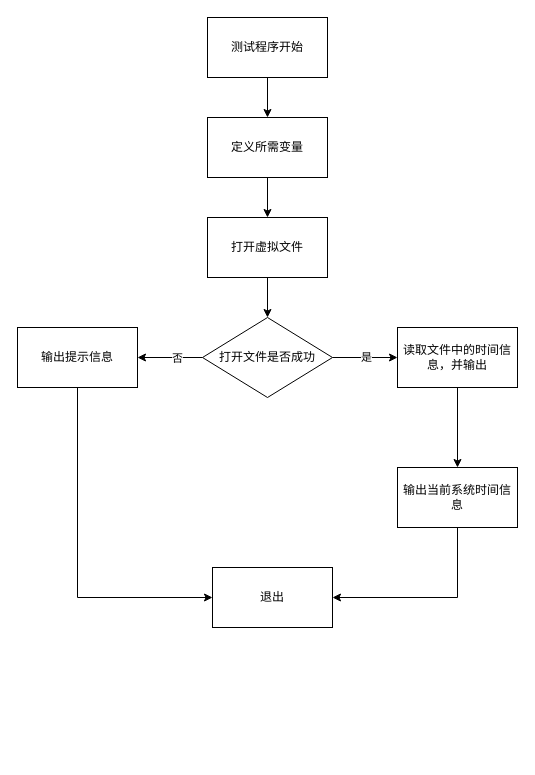
The draw.io diagram linux_exp/exp3.drawio in Invariant64/draw.io, before the edit. Source tidied: cells renumbered, new cells numbered last; positions are measured from the earlier drawing's top-left corner, leaving out a move shared by most shapes. Both pictures are drawn from the tidied source at 100%, with x=0, y=0 at pixel (17, 17).
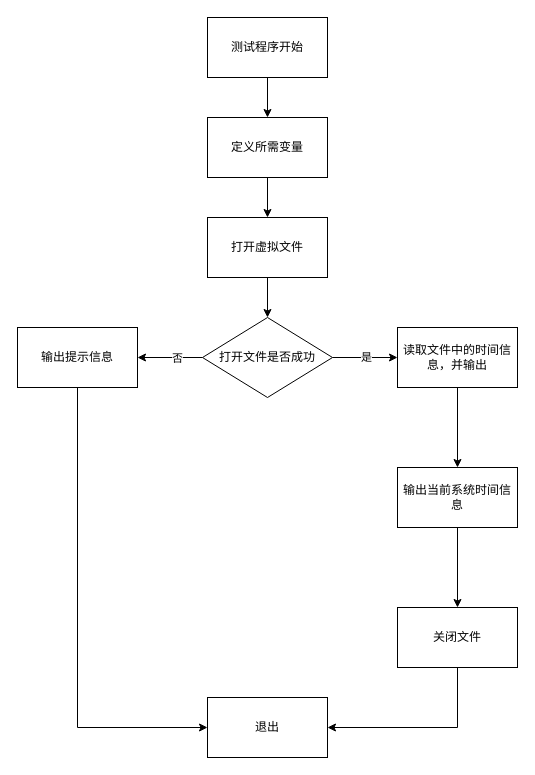
After the change.

Unchanged cells that the change refers to:
```xml
<mxCell id="16" value="输出提示信息" style="whiteSpace=wrap;html=1;rounded=0;" parent="1" vertex="1">
  <mxGeometry y="310" width="120" height="60" as="geometry" />
</mxCell>
<mxCell id="19" value="输出当前系统时间信息" style="whiteSpace=wrap;html=1;rounded=0;" parent="1" vertex="1">
  <mxGeometry x="380" y="450" width="120" height="60" as="geometry" />
</mxCell>
```

Diff of the diagram source:
```diff
@@
     <mxCell id="15" style="edgeStyle=orthogonalEdgeStyle;rounded=0;jettySize=auto;html=1;entryX=0;entryY=0.5;entryDx=0;entryDy=0;" parent="1" edge="1" source="16" target="17">
       <mxGeometry relative="1" as="geometry">
         <Array as="points">
-          <mxPoint x="60" y="580" />
+          <mxPoint x="60" y="710" />
         </Array>
       </mxGeometry>
     </mxCell>
@@
     <mxCell id="17" value="退出" style="whiteSpace=wrap;html=1;rounded=0;" parent="1" vertex="1">
-      <mxGeometry x="195" y="550" width="120" height="60" as="geometry" />
+      <mxGeometry x="190" y="680" width="120" height="60" as="geometry" />
     </mxCell>
-    <mxCell id="18" style="edgeStyle=orthogonalEdgeStyle;rounded=0;jettySize=auto;html=1;entryX=1;entryY=0.5;entryDx=0;entryDy=0;exitX=0.5;exitY=1;exitDx=0;exitDy=0;" parent="1" edge="1" source="19" target="17">
-      <mxGeometry relative="1" as="geometry" />
-    </mxCell>
+    <mxCell id="20" style="edgeStyle=orthogonalEdgeStyle;rounded=0;jettySize=auto;html=1;" parent="1" edge="1" source="19" target="22">
+      <mxGeometry relative="1" as="geometry" />
+    </mxCell>
@@
+    <mxCell id="21" style="edgeStyle=orthogonalEdgeStyle;rounded=0;jettySize=auto;html=1;entryX=1;entryY=0.5;entryDx=0;entryDy=0;exitX=0.5;exitY=1;exitDx=0;exitDy=0;" parent="1" edge="1" source="22" target="17">
+      <mxGeometry relative="1" as="geometry" />
+    </mxCell>
+    <mxCell id="22" value="关闭文件" style="whiteSpace=wrap;html=1;rounded=0;" parent="1" vertex="1">
+      <mxGeometry x="380" y="590" width="120" height="60" as="geometry" />
+    </mxCell>
```
